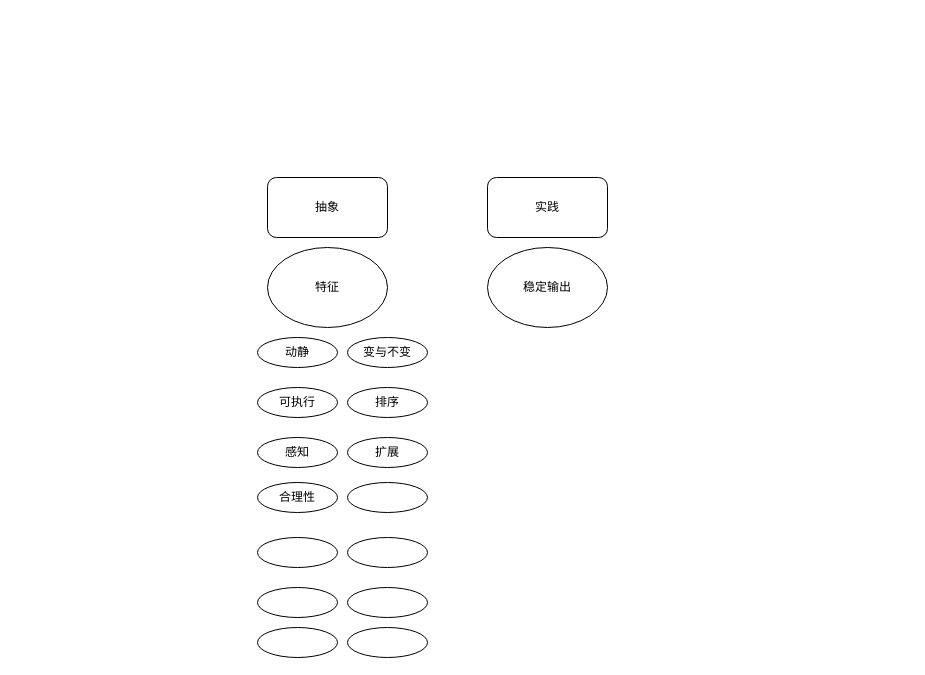
Above: menus/模型特征.drawio in Asamiyaa/microservice-k8s-yun (draw.io), before the change. Source tidied: cells renumbered, new cells numbered last; positions are measured from the earlier drawing's top-left corner, leaving out a move shared by most shapes. Both pictures are drawn from the tidied source at 100%, with x=0, y=0 at pixel (257, 177).
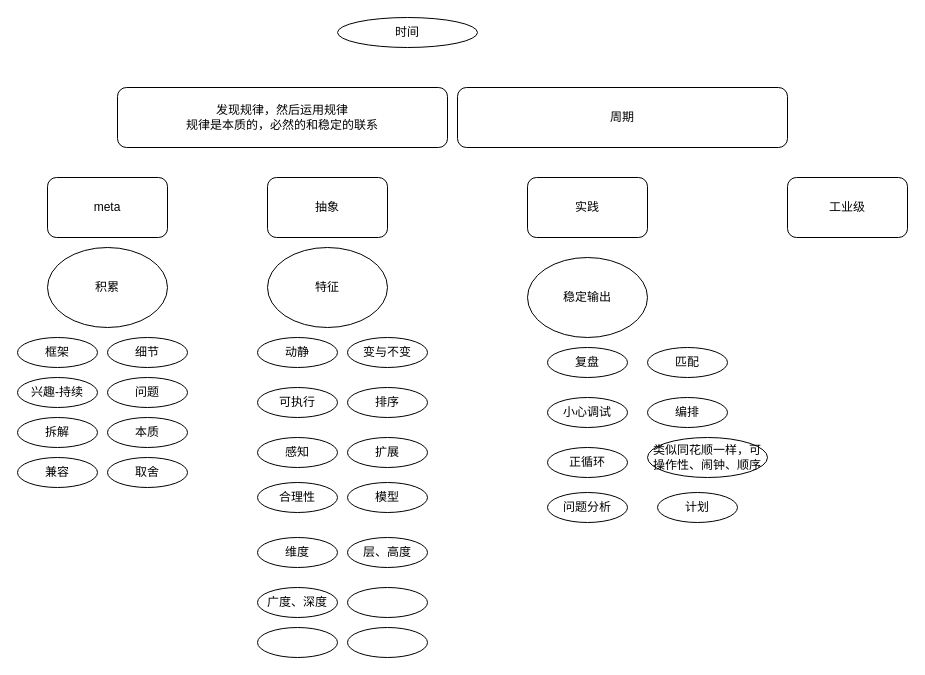
The same page after the edit.

Commit message (it also covers changes not shown here):
更新模型特征.drawio

Diff of the diagram source:
```diff
@@
     <mxCell id="3" value="实践" style="rounded=1;whiteSpace=wrap;html=1;" parent="1" vertex="1">
-      <mxGeometry x="230" width="120" height="60" as="geometry" />
+      <mxGeometry x="270" width="120" height="60" as="geometry" />
     </mxCell>
     <mxCell id="4" value="稳定输出" style="ellipse;whiteSpace=wrap;html=1;" parent="1" vertex="1">
-      <mxGeometry x="230" y="70" width="120" height="80" as="geometry" />
+      <mxGeometry x="270" y="80" width="120" height="80" as="geometry" />
     </mxCell>
@@
-    <mxCell id="13" style="ellipse;whiteSpace=wrap;html=1;" parent="1" vertex="1">
+    <mxCell id="13" value="模型" style="ellipse;whiteSpace=wrap;html=1;" parent="1" vertex="1">
       <mxGeometry x="90" y="305" width="80" height="30" as="geometry" />
     </mxCell>
-    <mxCell id="14" style="ellipse;whiteSpace=wrap;html=1;" parent="1" vertex="1">
+    <mxCell id="14" value="维度" style="ellipse;whiteSpace=wrap;html=1;" parent="1" vertex="1">
       <mxGeometry y="360" width="80" height="30" as="geometry" />
     </mxCell>
-    <mxCell id="15" style="ellipse;whiteSpace=wrap;html=1;" parent="1" vertex="1">
+    <mxCell id="15" value="层、高度" style="ellipse;whiteSpace=wrap;html=1;" parent="1" vertex="1">
       <mxGeometry x="90" y="360" width="80" height="30" as="geometry" />
     </mxCell>
-    <mxCell id="16" style="ellipse;whiteSpace=wrap;html=1;" parent="1" vertex="1">
+    <mxCell id="16" value="广度、深度" style="ellipse;whiteSpace=wrap;html=1;" parent="1" vertex="1">
       <mxGeometry y="410" width="80" height="30" as="geometry" />
     </mxCell>
@@
+    <mxCell id="20" value="复盘" style="ellipse;whiteSpace=wrap;html=1;" parent="1" vertex="1">
+      <mxGeometry x="290" y="170" width="80" height="30" as="geometry" />
+    </mxCell>
+    <mxCell id="21" value="小心调试" style="ellipse;whiteSpace=wrap;html=1;" parent="1" vertex="1">
+      <mxGeometry x="290" y="220" width="80" height="30" as="geometry" />
+    </mxCell>
+    <mxCell id="22" value="正循环" style="ellipse;whiteSpace=wrap;html=1;" parent="1" vertex="1">
+      <mxGeometry x="290" y="270" width="80" height="30" as="geometry" />
+    </mxCell>
+    <mxCell id="23" value="时间" style="ellipse;whiteSpace=wrap;html=1;" parent="1" vertex="1">
+      <mxGeometry x="80" y="-160" width="140" height="30" as="geometry" />
+    </mxCell>
+    <mxCell id="24" value="meta" style="rounded=1;whiteSpace=wrap;html=1;" parent="1" vertex="1">
+      <mxGeometry x="-210" width="120" height="60" as="geometry" />
+    </mxCell>
+    <mxCell id="25" value="积累" style="ellipse;whiteSpace=wrap;html=1;" parent="1" vertex="1">
+      <mxGeometry x="-210" y="70" width="120" height="80" as="geometry" />
+    </mxCell>
+    <mxCell id="26" value="问题分析" style="ellipse;whiteSpace=wrap;html=1;" parent="1" vertex="1">
+      <mxGeometry x="290" y="315" width="80" height="30" as="geometry" />
+    </mxCell>
+    <mxCell id="27" value="匹配" style="ellipse;whiteSpace=wrap;html=1;" parent="1" vertex="1">
+      <mxGeometry x="390" y="170" width="80" height="30" as="geometry" />
+    </mxCell>
+    <mxCell id="28" value="编排" style="ellipse;whiteSpace=wrap;html=1;" parent="1" vertex="1">
+      <mxGeometry x="390" y="220" width="80" height="30" as="geometry" />
+    </mxCell>
+    <mxCell id="29" value="类似同花顺一样，可操作性、闹钟、顺序" style="ellipse;whiteSpace=wrap;html=1;" parent="1" vertex="1">
+      <mxGeometry x="390" y="260" width="120" height="40" as="geometry" />
+    </mxCell>
+    <mxCell id="30" value="发现规律，然后运用规律&lt;br&gt;规律是本质的，必然的和稳定的联系" style="rounded=1;whiteSpace=wrap;html=1;" parent="1" vertex="1">
+      <mxGeometry x="-140" y="-90" width="330" height="60" as="geometry" />
+    </mxCell>
+    <mxCell id="31" value="工业级" style="rounded=1;whiteSpace=wrap;html=1;" parent="1" vertex="1">
+      <mxGeometry x="530" width="120" height="60" as="geometry" />
+    </mxCell>
+    <mxCell id="32" value="周期" style="rounded=1;whiteSpace=wrap;html=1;" parent="1" vertex="1">
+      <mxGeometry x="200" y="-90" width="330" height="60" as="geometry" />
+    </mxCell>
+    <mxCell id="33" value="框架" style="ellipse;whiteSpace=wrap;html=1;" parent="1" vertex="1">
+      <mxGeometry x="-240" y="160" width="80" height="30" as="geometry" />
+    </mxCell>
+    <mxCell id="34" value="细节" style="ellipse;whiteSpace=wrap;html=1;" parent="1" vertex="1">
+      <mxGeometry x="-150" y="160" width="80" height="30" as="geometry" />
+    </mxCell>
+    <mxCell id="35" value="兴趣-持续" style="ellipse;whiteSpace=wrap;html=1;" parent="1" vertex="1">
+      <mxGeometry x="-240" y="200" width="80" height="30" as="geometry" />
+    </mxCell>
+    <mxCell id="36" value="计划" style="ellipse;whiteSpace=wrap;html=1;" parent="1" vertex="1">
+      <mxGeometry x="400" y="315" width="80" height="30" as="geometry" />
+    </mxCell>
+    <mxCell id="37" value="问题" style="ellipse;whiteSpace=wrap;html=1;" parent="1" vertex="1">
+      <mxGeometry x="-150" y="200" width="80" height="30" as="geometry" />
+    </mxCell>
+    <mxCell id="38" value="本质" style="ellipse;whiteSpace=wrap;html=1;" parent="1" vertex="1">
+      <mxGeometry x="-150" y="240" width="80" height="30" as="geometry" />
+    </mxCell>
+    <mxCell id="39" value="拆解" style="ellipse;whiteSpace=wrap;html=1;" parent="1" vertex="1">
+      <mxGeometry x="-240" y="240" width="80" height="30" as="geometry" />
+    </mxCell>
+    <mxCell id="40" value="取舍" style="ellipse;whiteSpace=wrap;html=1;" parent="1" vertex="1">
+      <mxGeometry x="-150" y="280" width="80" height="30" as="geometry" />
+    </mxCell>
+    <mxCell id="41" value="兼容" style="ellipse;whiteSpace=wrap;html=1;" parent="1" vertex="1">
+      <mxGeometry x="-240" y="280" width="80" height="30" as="geometry" />
+    </mxCell>
```
